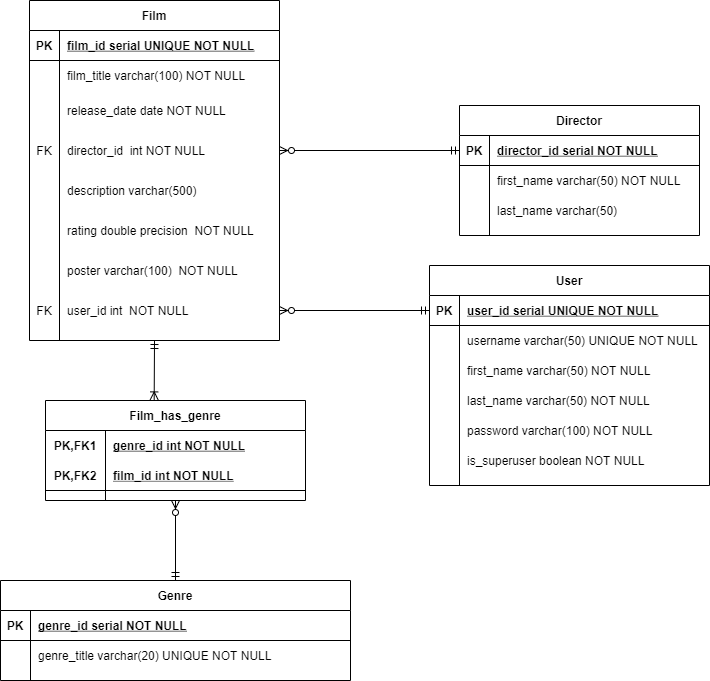
Earlier version of the draw.io export er_diagram/er_film_collection.png (julia-kopysova/film-collection). Source tidied: cells renumbered, new cells last; positions are measured from the earlier drawing's top-left corner, leaving out a move shared by most shapes.
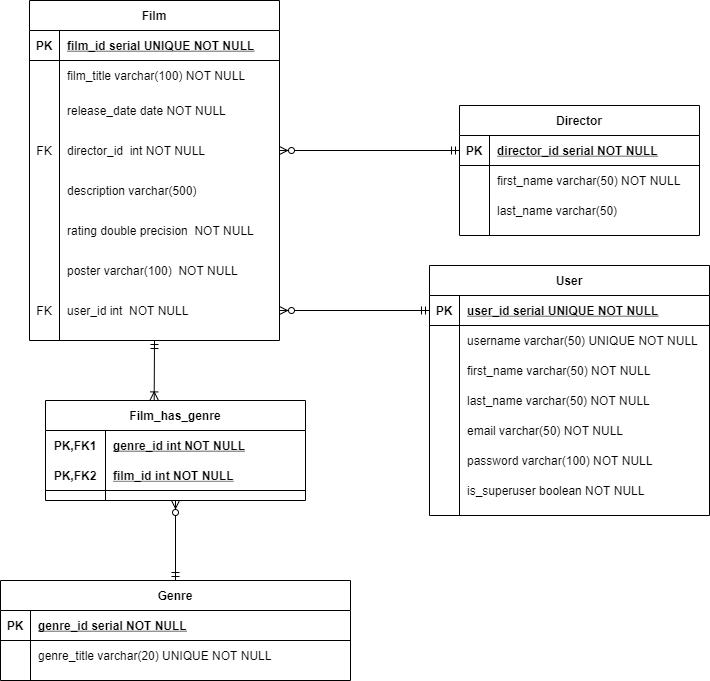
After the change.

Commit message:
Added email in User

Change to the diagram source:
```diff
@@ -78,7 +78,7 @@
       <mxGeometry x="30" width="220" height="40" as="geometry" />
     </mxCell>
     <mxCell id="27" value="User" style="shape=table;startSize=30;rowLines=0;fontStyle=1;align=center;" parent="1" vertex="1">
-      <mxGeometry x="429" y="265" width="280" height="220" as="geometry" />
+      <mxGeometry x="429" y="265" width="280" height="250" as="geometry" />
     </mxCell>
     <mxCell id="28" style="shape=partialRectangle;fillColor=none;top=0;left=0;bottom=1;right=0;points=[[0,0.5],[1,0.5]];portConstraint=eastwest;" parent="27" vertex="1">
       <mxGeometry y="30" width="280" height="30" as="geometry" />
@@ -116,8 +116,17 @@
     <mxCell id="39" value="last_name varchar(50) NOT NULL" style="shape=partialRectangle;fillColor=none;top=0;left=0;bottom=0;right=0;align=left;spacingLeft=6;overflow=hidden;" parent="37" vertex="1">
       <mxGeometry x="30" width="250" height="30" as="geometry" />
     </mxCell>
+    <mxCell id="74" style="shape=partialRectangle;fillColor=none;top=0;left=0;bottom=0;right=0;" parent="27" vertex="1">
+      <mxGeometry y="150" width="280" height="30" as="geometry" />
+    </mxCell>
+    <mxCell id="75" style="shape=partialRectangle;fillColor=none;top=0;left=0;bottom=0;right=0;overflow=hidden;" parent="74" vertex="1">
+      <mxGeometry width="30" height="30" as="geometry" />
+    </mxCell>
+    <mxCell id="76" value="email varchar(50) NOT NULL" style="shape=partialRectangle;fillColor=none;top=0;left=0;bottom=0;right=0;align=left;spacingLeft=6;overflow=hidden;" parent="74" vertex="1">
+      <mxGeometry x="30" width="250" height="30" as="geometry" />
+    </mxCell>
     <mxCell id="40" style="shape=partialRectangle;fillColor=none;top=0;left=0;bottom=0;right=0;" parent="27" vertex="1">
-      <mxGeometry y="150" width="280" height="30" as="geometry" />
+      <mxGeometry y="180" width="280" height="30" as="geometry" />
     </mxCell>
     <mxCell id="41" style="shape=partialRectangle;fillColor=none;top=0;left=0;bottom=0;right=0;overflow=hidden;" parent="40" vertex="1">
       <mxGeometry width="30" height="30" as="geometry" />
@@ -126,7 +135,7 @@
       <mxGeometry x="30" width="250" height="30" as="geometry" />
     </mxCell>
     <mxCell id="43" style="shape=partialRectangle;fillColor=none;top=0;left=0;bottom=0;right=0;" parent="27" vertex="1">
-      <mxGeometry y="180" width="280" height="30" as="geometry" />
+      <mxGeometry y="210" width="280" height="30" as="geometry" />
     </mxCell>
     <mxCell id="44" style="shape=partialRectangle;fillColor=none;top=0;left=0;bottom=0;right=0;overflow=hidden;" parent="43" vertex="1">
       <mxGeometry width="30" height="30" as="geometry" />
```
